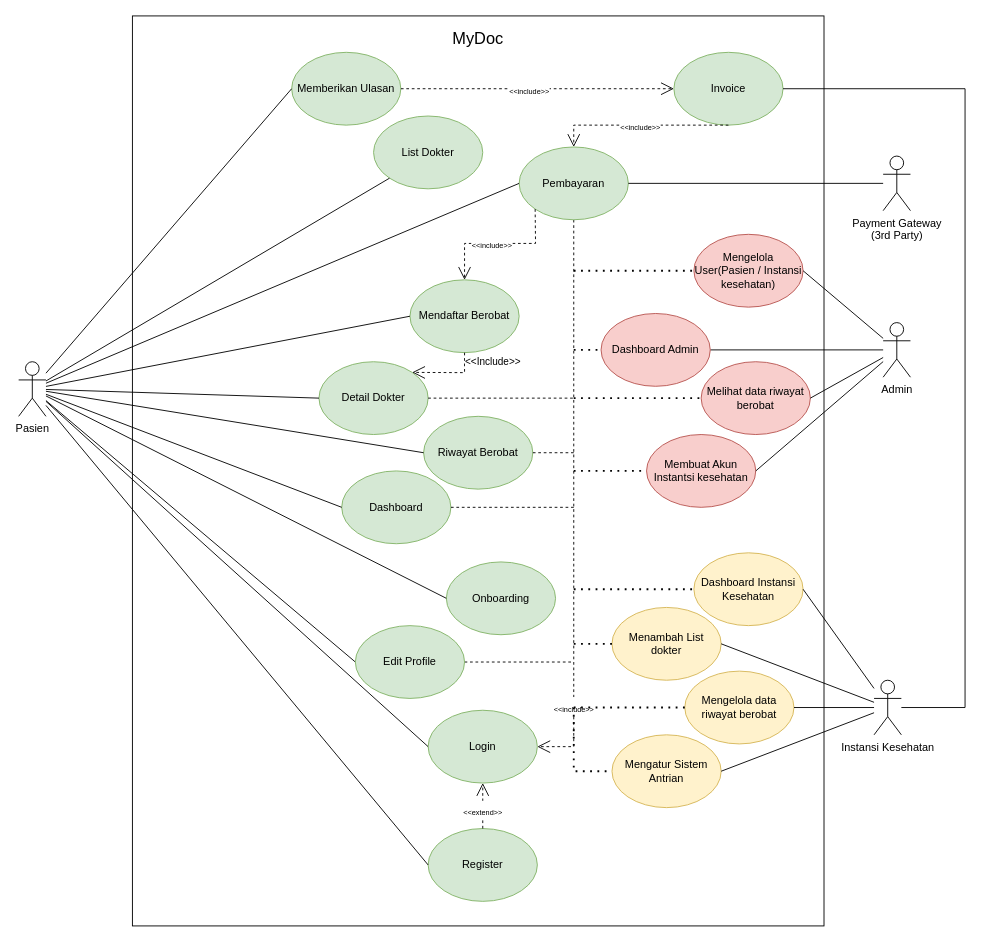
Earlier version of the draw.io diagram page "Revisi 1.1" (2 of 2) of documents/usecase_diagram.drawio (codernewbie04/MyDoc). Source tidied: cells renumbered, new cells numbered last; positions are measured from the earlier drawing's top-left corner, leaving out a move shared by most shapes. Both pictures are drawn from the tidied source at 91%, with x=0, y=0 at pixel (18, 15).
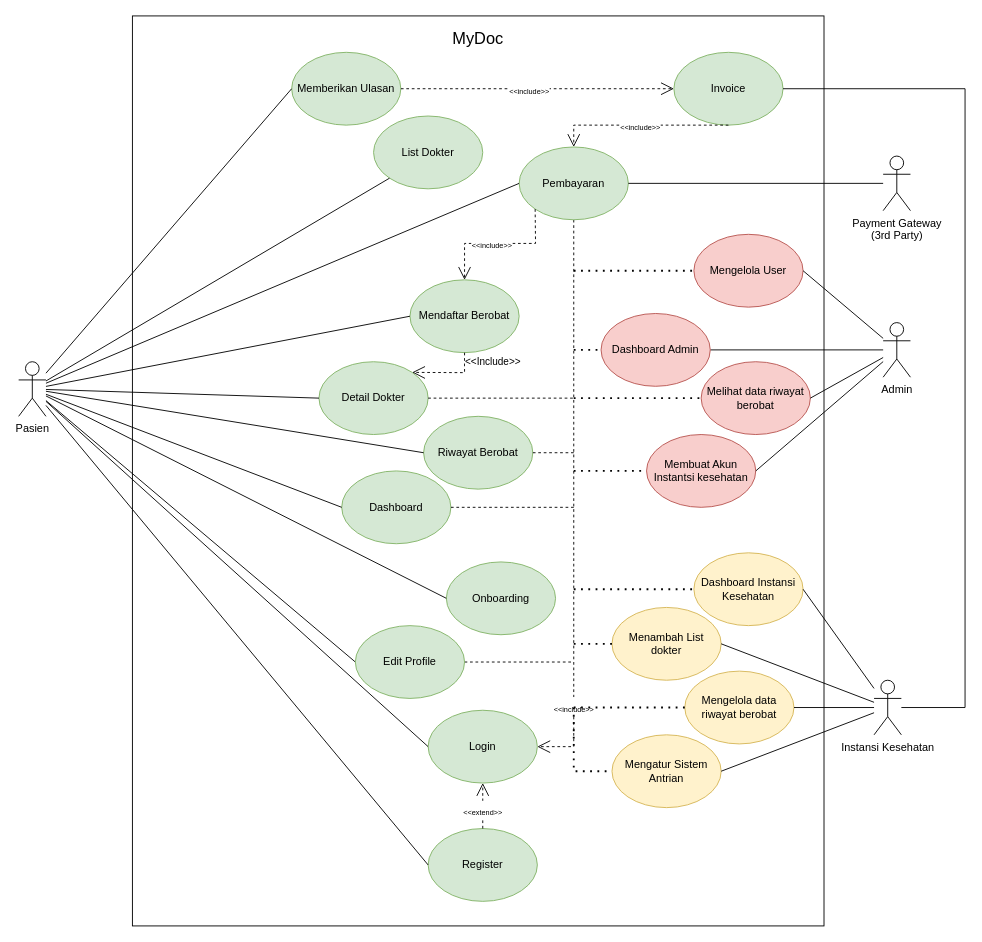
Above is the later version.

What changed in the source:
```diff
@@
-    <mxCell id="37" value="Mengelola User(Pasien / Instansi kesehatan)" style="ellipse;whiteSpace=wrap;html=1;fillColor=#f8cecc;strokeColor=#b85450;" parent="1" vertex="1">
+    <mxCell id="37" value="Mengelola User" style="ellipse;whiteSpace=wrap;html=1;fillColor=#f8cecc;strokeColor=#b85450;" parent="1" vertex="1">
       <mxGeometry x="742" y="240" width="120" height="80" as="geometry" />
     </mxCell>
```
